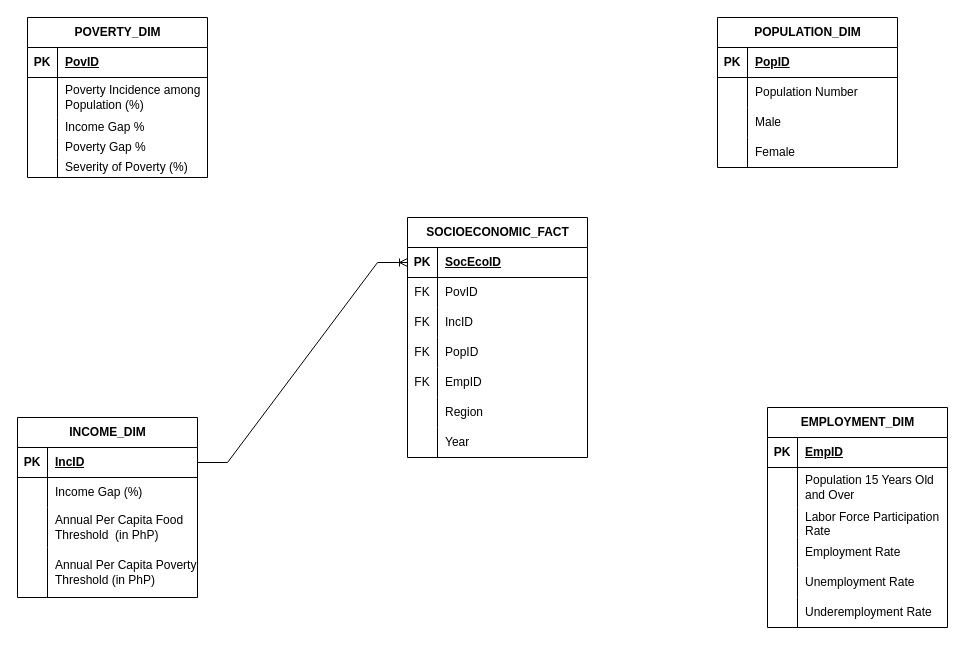
vinsanity2022/SPARTACapstone keeps this draw.io diagram as page "DIM&FACT" (4 of 4) of DECapstone diagrams.drawio. Above is the earlier version. Source tidied: cells renumbered, new cells numbered last; positions are measured from the earlier drawing's top-left corner, leaving out a move shared by most shapes. Both pictures are drawn from the tidied source at 100%, with x=0, y=0 at pixel (17, 17).
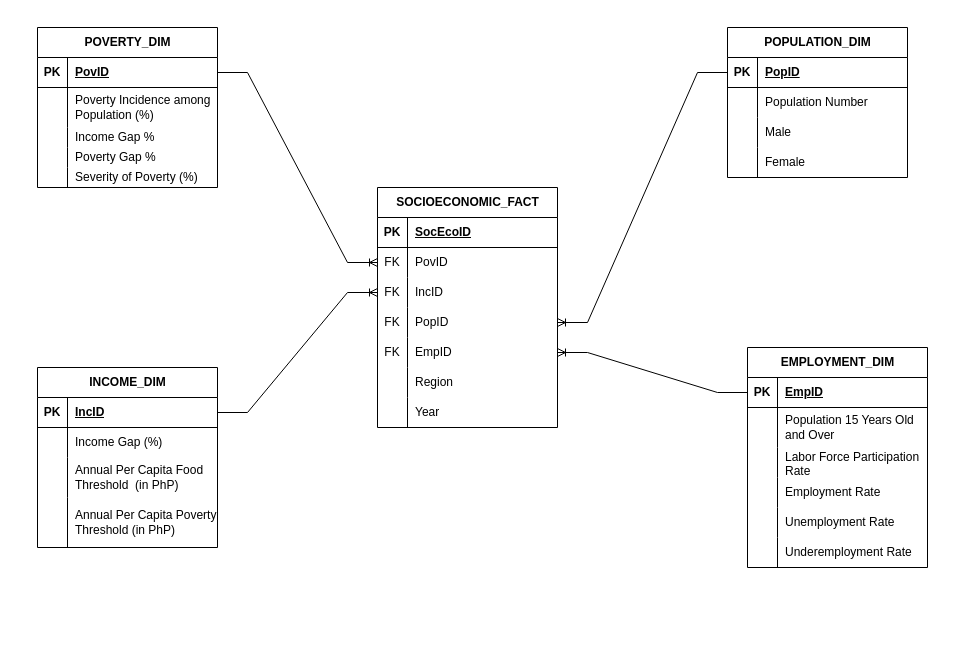
The same page after the edit.

Unchanged cells that the change refers to:
```xml
<mxCell id="3" style="shape=tableRow;horizontal=0;startSize=0;swimlaneHead=0;swimlaneBody=0;fillColor=none;points=[[0,0.5],[1,0.5]];portConstraint=eastwest;top=0;left=0;right=0;bottom=1;" parent="2" vertex="1">
  <mxGeometry y="30" width="180" height="30" as="geometry" />
</mxCell>
<mxCell id="19" style="shape=tableRow;horizontal=0;startSize=0;swimlaneHead=0;swimlaneBody=0;fillColor=none;points=[[0,0.5],[1,0.5]];portConstraint=eastwest;top=0;left=0;right=0;bottom=1;" parent="18" vertex="1">
  <mxGeometry y="30" width="180" height="30" as="geometry" />
</mxCell>
<mxCell id="32" style="shape=tableRow;horizontal=0;startSize=0;swimlaneHead=0;swimlaneBody=0;fillColor=none;points=[[0,0.5],[1,0.5]];portConstraint=eastwest;top=0;left=0;right=0;bottom=1;" parent="31" vertex="1">
  <mxGeometry y="30" width="180" height="30" as="geometry" />
</mxCell>
<mxCell id="51" style="shape=tableRow;horizontal=0;startSize=0;swimlaneHead=0;swimlaneBody=0;fillColor=none;points=[[0,0.5],[1,0.5]];portConstraint=eastwest;top=0;left=0;right=0;bottom=1;" parent="50" vertex="1">
  <mxGeometry y="30" width="180" height="30" as="geometry" />
</mxCell>
<mxCell id="64" style="shape=tableRow;horizontal=0;startSize=0;swimlaneHead=0;swimlaneBody=0;fillColor=none;points=[[0,0.5],[1,0.5]];portConstraint=eastwest;top=0;left=0;right=0;bottom=1;" parent="63" vertex="1">
  <mxGeometry y="30" width="180" height="30" as="geometry" />
</mxCell>
<mxCell id="67" style="shape=tableRow;horizontal=0;startSize=0;swimlaneHead=0;swimlaneBody=0;fillColor=none;points=[[0,0.5],[1,0.5]];portConstraint=eastwest;top=0;left=0;right=0;bottom=0;" parent="63" vertex="1">
  <mxGeometry y="60" width="180" height="30" as="geometry" />
</mxCell>
<mxCell id="70" style="shape=tableRow;horizontal=0;startSize=0;swimlaneHead=0;swimlaneBody=0;fillColor=none;points=[[0,0.5],[1,0.5]];portConstraint=eastwest;top=0;left=0;right=0;bottom=0;" parent="63" vertex="1">
  <mxGeometry y="90" width="180" height="30" as="geometry" />
</mxCell>
<mxCell id="73" style="shape=tableRow;horizontal=0;startSize=0;swimlaneHead=0;swimlaneBody=0;fillColor=none;points=[[0,0.5],[1,0.5]];portConstraint=eastwest;top=0;left=0;right=0;bottom=0;" parent="63" vertex="1">
  <mxGeometry y="120" width="180" height="30" as="geometry" />
</mxCell>
<mxCell id="76" style="shape=tableRow;horizontal=0;startSize=0;swimlaneHead=0;swimlaneBody=0;fillColor=none;points=[[0,0.5],[1,0.5]];portConstraint=eastwest;top=0;left=0;right=0;bottom=0;" parent="63" vertex="1">
  <mxGeometry y="150" width="180" height="30" as="geometry" />
</mxCell>
```

What changed in the source:
```diff
@@
     <mxCell id="2" value="POVERTY_DIM" style="shape=table;startSize=30;childLayout=tableLayout;rowLines=0;fontStyle=1;align=center;html=1;" parent="1" vertex="1">
-      <mxGeometry x="10" width="180" height="160" as="geometry" />
+      <mxGeometry x="20" y="10" width="180" height="160" as="geometry" />
     </mxCell>
@@
     <mxCell id="18" value="INCOME_DIM" style="shape=table;startSize=30;childLayout=tableLayout;rowLines=0;fontStyle=1;align=center;html=1;" parent="1" vertex="1">
-      <mxGeometry y="400" width="180" height="180" as="geometry" />
+      <mxGeometry x="20" y="350" width="180" height="180" as="geometry" />
     </mxCell>
@@
     <mxCell id="31" value="EMPLOYMENT_DIM" style="shape=table;startSize=30;childLayout=tableLayout;rowLines=0;fontStyle=1;align=center;html=1;" parent="1" vertex="1">
-      <mxGeometry x="750" y="390" width="180" height="220" as="geometry" />
+      <mxGeometry x="730" y="330" width="180" height="220" as="geometry" />
     </mxCell>
@@
     <mxCell id="50" value="POPULATION_DIM" style="shape=table;startSize=30;childLayout=tableLayout;rowLines=0;fontStyle=1;align=center;html=1;" parent="1" vertex="1">
-      <mxGeometry x="700" width="180" height="150" as="geometry" />
+      <mxGeometry x="710" y="10" width="180" height="150" as="geometry" />
     </mxCell>
@@
     <mxCell id="63" value="SOCIOECONOMIC_FACT" style="shape=table;startSize=30;childLayout=tableLayout;rowLines=0;fontStyle=1;align=center;html=1;" parent="1" vertex="1">
-      <mxGeometry x="390" y="200" width="180" height="240" as="geometry" />
+      <mxGeometry x="360" y="170" width="180" height="240" as="geometry" />
     </mxCell>
@@
-    <mxCell id="85" style="edgeStyle=entityRelationEdgeStyle;fontSize=12;html=1;endArrow=ERoneToMany;rounded=0;entryX=0;entryY=0.5;entryDx=0;entryDy=0;" parent="1" edge="1" source="19" target="64">
+    <mxCell id="85" style="edgeStyle=entityRelationEdgeStyle;fontSize=12;html=1;endArrow=ERoneToMany;rounded=0;" parent="1" edge="1" source="19" target="70">
       <mxGeometry relative="1" as="geometry" />
     </mxCell>
+    <mxCell id="86" style="edgeStyle=entityRelationEdgeStyle;fontSize=12;html=1;endArrow=ERoneToMany;rounded=0;entryX=0;entryY=0.5;entryDx=0;entryDy=0;exitX=1;exitY=0.5;exitDx=0;exitDy=0;" parent="1" edge="1" source="3" target="67">
+      <mxGeometry relative="1" as="geometry" />
+    </mxCell>
+    <mxCell id="87" style="edgeStyle=entityRelationEdgeStyle;fontSize=12;html=1;endArrow=ERoneToMany;rounded=0;entryX=1;entryY=0.5;entryDx=0;entryDy=0;exitX=0;exitY=0.5;exitDx=0;exitDy=0;" parent="1" edge="1" source="51" target="73">
+      <mxGeometry relative="1" as="geometry" />
+    </mxCell>
+    <mxCell id="88" style="edgeStyle=entityRelationEdgeStyle;fontSize=12;html=1;endArrow=ERoneToMany;rounded=0;entryX=1;entryY=0.5;entryDx=0;entryDy=0;exitX=0;exitY=0.5;exitDx=0;exitDy=0;" parent="1" edge="1" source="32" target="76">
+      <mxGeometry relative="1" as="geometry" />
+    </mxCell>
```
